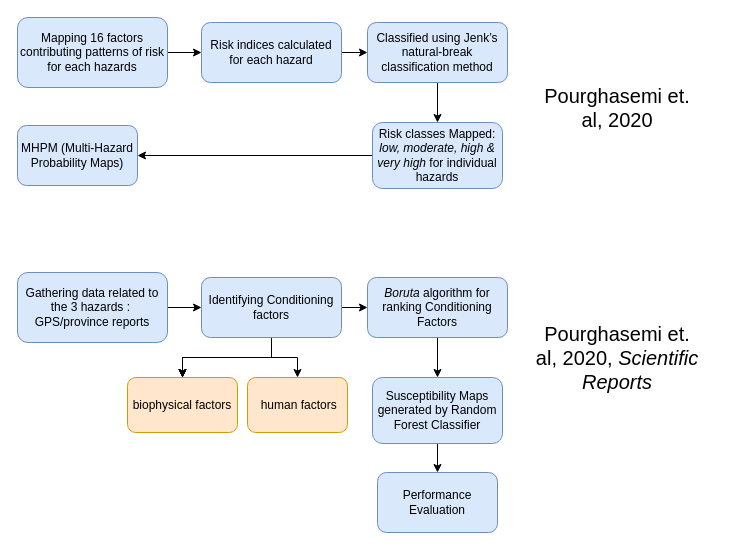
rachitiirs/ICARS keeps this draw.io diagram as ICARS.drawio. Above is the earlier version. Source tidied: cells renumbered, new cells numbered last; positions are measured from the earlier drawing's top-left corner, leaving out a move shared by most shapes. Both pictures are drawn from the tidied source at 100%, with x=0, y=0 at pixel (17, 17).
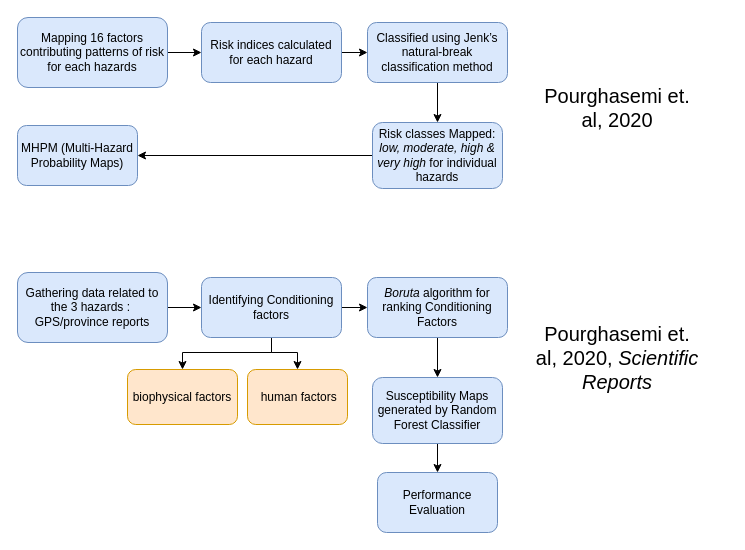
After the change.

The change refers to these unchanged cells:
```xml
<mxCell id="19" value="&lt;div&gt;Identifying Conditioning factors&lt;/div&gt;" style="rounded=1;whiteSpace=wrap;html=1;fontSize=12;glass=0;strokeWidth=1;shadow=0;fillColor=#dae8fc;strokeColor=#6c8ebf;" parent="1" vertex="1">
  <mxGeometry x="184" y="260" width="140" height="60" as="geometry" />
</mxCell>
```

Diff of the diagram source:
```diff
@@
-    <mxCell id="14" style="edgeStyle=orthogonalEdgeStyle;rounded=0;jettySize=auto;html=1;" parent="1" edge="1" source="19" target="25">
-      <mxGeometry relative="1" as="geometry" />
-    </mxCell>
-    <mxCell id="15" style="edgeStyle=orthogonalEdgeStyle;rounded=0;jettySize=auto;html=1;" parent="1" edge="1" source="19" target="25">
-      <mxGeometry relative="1" as="geometry" />
-    </mxCell>
-    <mxCell id="16" style="edgeStyle=orthogonalEdgeStyle;rounded=0;jettySize=auto;html=1;" parent="1" edge="1" source="19" target="25">
-      <mxGeometry relative="1" as="geometry" />
-    </mxCell>
     <mxCell id="17" style="edgeStyle=orthogonalEdgeStyle;rounded=0;jettySize=auto;html=1;" parent="1" edge="1" source="19" target="25">
-      <mxGeometry relative="1" as="geometry" />
+      <mxGeometry relative="1" as="geometry">
+        <Array as="points">
+          <mxPoint x="254" y="335" />
+          <mxPoint x="165" y="335" />
+        </Array>
+      </mxGeometry>
     </mxCell>
     <mxCell id="18" style="edgeStyle=orthogonalEdgeStyle;rounded=0;jettySize=auto;html=1;" parent="1" edge="1" source="19" target="26">
-      <mxGeometry relative="1" as="geometry" />
+      <mxGeometry relative="1" as="geometry">
+        <Array as="points">
+          <mxPoint x="254" y="335" />
+          <mxPoint x="280" y="335" />
+        </Array>
+      </mxGeometry>
     </mxCell>
@@
     <mxCell id="25" value="&lt;div&gt;biophysical factors&lt;/div&gt;" style="rounded=1;whiteSpace=wrap;html=1;fontSize=12;glass=0;strokeWidth=1;shadow=0;fillColor=#ffe6cc;strokeColor=#d79b00;" parent="1" vertex="1">
-      <mxGeometry x="110" y="360" width="110" height="55" as="geometry" />
+      <mxGeometry x="110" y="352" width="110" height="55" as="geometry" />
     </mxCell>
     <mxCell id="26" value="&amp;nbsp;human factors" style="whiteSpace=wrap;html=1;fillColor=#ffe6cc;strokeColor=#d79b00;rounded=1;glass=0;strokeWidth=1;shadow=0;" parent="1" vertex="1">
-      <mxGeometry x="230" y="360" width="100" height="55" as="geometry" />
+      <mxGeometry x="230" y="352" width="100" height="55" as="geometry" />
     </mxCell>
```
